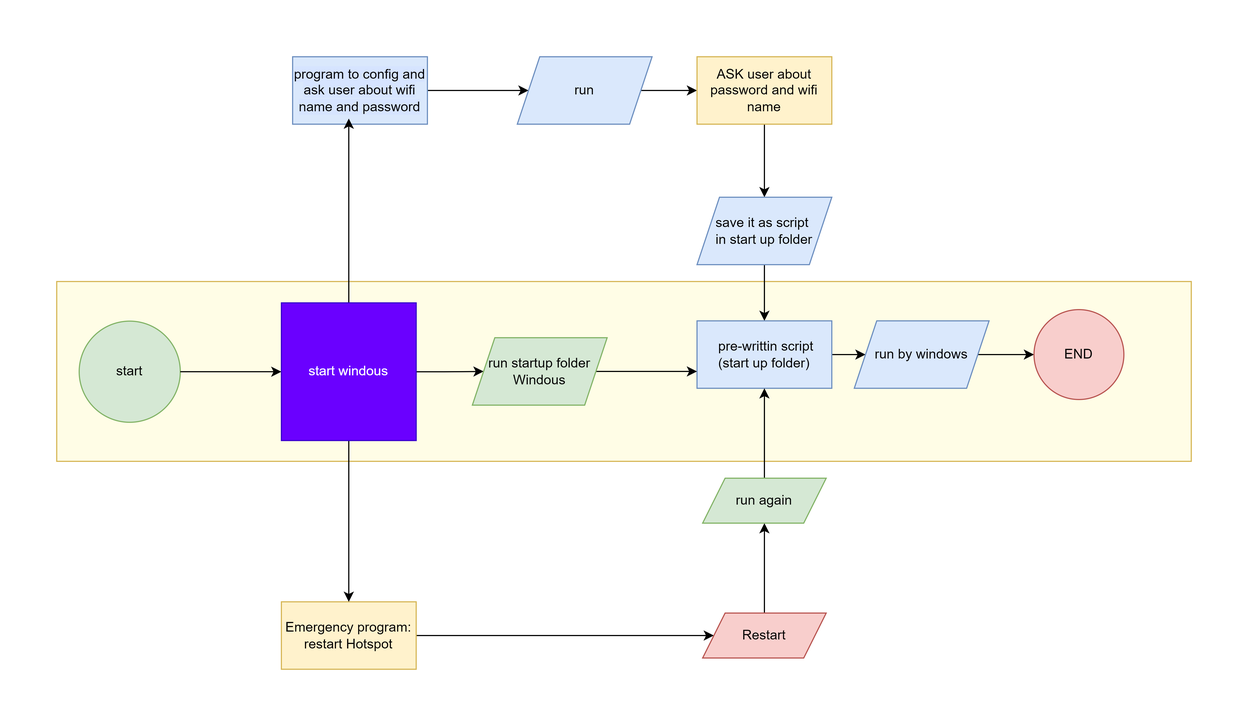
Before: Auto-hotspot/Auto-Hotspot.drawio.png, a diagram exported from draw.io (Unbreakable-ray/Future_project). Source tidied: cells renumbered, new cells last; positions are measured from the earlier drawing's top-left corner, leaving out a move shared by most shapes. Source of this version:
```xml
<mxGraphModel>
  <root>
    <mxCell id="0" />
    <mxCell id="1" parent="0" />
    <mxCell id="2" style="rounded=0;whiteSpace=wrap;html=1;strokeColor=#d6b656;fillColor=#FFFDE6;" parent="1" vertex="1">
      <mxGeometry y="200" width="1010" height="160" as="geometry" />
    </mxCell>
    <mxCell id="3" style="edgeStyle=orthogonalEdgeStyle;rounded=0;jettySize=auto;html=1;" parent="1" edge="1" source="10" target="5">
      <mxGeometry relative="1" as="geometry" />
    </mxCell>
    <mxCell id="4" style="edgeStyle=orthogonalEdgeStyle;rounded=0;jettySize=auto;html=1;" parent="1" edge="1" source="5" target="7">
      <mxGeometry relative="1" as="geometry" />
    </mxCell>
    <mxCell id="5" value="run" style="shape=parallelogram;perimeter=parallelogramPerimeter;whiteSpace=wrap;html=1;fixedSize=1;fillColor=#dae8fc;strokeColor=#6c8ebf;" parent="1" vertex="1">
      <mxGeometry x="410" width="120" height="60" as="geometry" />
    </mxCell>
    <mxCell id="6" style="edgeStyle=orthogonalEdgeStyle;rounded=0;jettySize=auto;html=1;" parent="1" edge="1" source="7" target="9">
      <mxGeometry relative="1" as="geometry" />
    </mxCell>
    <mxCell id="7" value="ASK user about password and wifi name" style="rounded=0;whiteSpace=wrap;html=1;fillColor=#fff2cc;strokeColor=#d6b656;" parent="1" vertex="1">
      <mxGeometry x="570" width="120" height="60" as="geometry" />
    </mxCell>
    <mxCell id="8" style="edgeStyle=orthogonalEdgeStyle;rounded=0;jettySize=auto;html=1;" parent="1" edge="1" source="9" target="12">
      <mxGeometry relative="1" as="geometry" />
    </mxCell>
    <mxCell id="9" value="save it as script&amp;nbsp;&lt;br&gt;in start up folder" style="shape=parallelogram;perimeter=parallelogramPerimeter;whiteSpace=wrap;html=1;fixedSize=1;fillColor=#dae8fc;strokeColor=#6c8ebf;" parent="1" vertex="1">
      <mxGeometry x="570" y="125" width="120" height="60" as="geometry" />
    </mxCell>
    <mxCell id="10" value="&lt;span style=&quot;color: rgb(0, 0, 0); font-family: Helvetica; font-size: 12px; font-style: normal; font-variant-ligatures: normal; font-variant-caps: normal; font-weight: 400; letter-spacing: normal; orphans: 2; text-indent: 0px; text-transform: none; widows: 2; word-spacing: 0px; -webkit-text-stroke-width: 0px; text-decoration-thickness: initial; text-decoration-style: initial; text-decoration-color: initial; float: none; background-color: rgb(214, 228, 255); display: inline !important;&quot;&gt;program to config and ask user about wifi name and password&lt;/span&gt;" style="rounded=0;whiteSpace=wrap;html=1;fillColor=#dae8fc;strokeColor=#6c8ebf;align=center;" parent="1" vertex="1">
      <mxGeometry x="210" width="120" height="60" as="geometry" />
    </mxCell>
    <mxCell id="11" style="edgeStyle=orthogonalEdgeStyle;rounded=0;jettySize=auto;html=1;" parent="1" edge="1" source="12" target="15">
      <mxGeometry relative="1" as="geometry" />
    </mxCell>
    <mxCell id="12" value="&amp;nbsp;pre-writtin script&lt;br&gt;(start up folder)" style="whiteSpace=wrap;html=1;fillColor=#dae8fc;strokeColor=#6c8ebf;" parent="1" vertex="1">
      <mxGeometry x="570" y="235" width="120" height="60" as="geometry" />
    </mxCell>
    <mxCell id="13" value="start" style="ellipse;whiteSpace=wrap;html=1;fillColor=#d5e8d4;strokeColor=#82b366;" parent="1" vertex="1">
      <mxGeometry x="20" y="235.2" width="90" height="90" as="geometry" />
    </mxCell>
    <mxCell id="14" style="edgeStyle=orthogonalEdgeStyle;rounded=0;jettySize=auto;html=1;" parent="1" edge="1" source="15" target="16">
      <mxGeometry relative="1" as="geometry" />
    </mxCell>
    <mxCell id="15" value="run by windows" style="shape=parallelogram;perimeter=parallelogramPerimeter;whiteSpace=wrap;html=1;fixedSize=1;fillColor=#dae8fc;strokeColor=#6c8ebf;" parent="1" vertex="1">
      <mxGeometry x="710" y="235" width="120" height="60" as="geometry" />
    </mxCell>
    <mxCell id="16" value="END" style="ellipse;whiteSpace=wrap;html=1;fillColor=#f8cecc;strokeColor=#b85450;" parent="1" vertex="1">
      <mxGeometry x="870" y="225" width="80" height="80" as="geometry" />
    </mxCell>
    <mxCell id="17" style="edgeStyle=orthogonalEdgeStyle;rounded=0;jettySize=auto;html=1;" parent="1" edge="1" source="18" target="25">
      <mxGeometry relative="1" as="geometry" />
    </mxCell>
    <mxCell id="18" value="Emergency program:&lt;br&gt;restart Hotspot" style="whiteSpace=wrap;html=1;fillColor=#fff2cc;strokeColor=#d6b656;" parent="1" vertex="1">
      <mxGeometry x="200" y="485" width="120" height="60" as="geometry" />
    </mxCell>
    <mxCell id="19" style="edgeStyle=orthogonalEdgeStyle;rounded=0;jettySize=auto;html=1;entryX=0;entryY=0.5;entryDx=0;entryDy=0;" parent="1" edge="1" source="13" target="23">
      <mxGeometry relative="1" as="geometry" />
    </mxCell>
    <mxCell id="20" style="edgeStyle=orthogonalEdgeStyle;rounded=0;jettySize=auto;html=1;" parent="1" edge="1" source="23" target="18">
      <mxGeometry relative="1" as="geometry" />
    </mxCell>
    <mxCell id="21" style="edgeStyle=orthogonalEdgeStyle;rounded=0;jettySize=auto;html=1;" parent="1" edge="1" source="23">
      <mxGeometry relative="1" as="geometry">
        <mxPoint x="260" y="55" as="targetPoint" />
      </mxGeometry>
    </mxCell>
    <mxCell id="22" style="edgeStyle=orthogonalEdgeStyle;rounded=0;jettySize=auto;html=1;" parent="1" edge="1" source="23" target="29">
      <mxGeometry relative="1" as="geometry" />
    </mxCell>
    <mxCell id="23" value="start windous" style="rounded=0;whiteSpace=wrap;html=1;fillColor=#6a00ff;fontColor=#ffffff;strokeColor=#3700CC;" parent="1" vertex="1">
      <mxGeometry x="200" y="219" width="120" height="122.5" as="geometry" />
    </mxCell>
    <mxCell id="24" style="edgeStyle=orthogonalEdgeStyle;rounded=0;jettySize=auto;html=1;" parent="1" edge="1" source="25" target="27">
      <mxGeometry relative="1" as="geometry" />
    </mxCell>
    <mxCell id="25" value="Restart" style="shape=parallelogram;perimeter=parallelogramPerimeter;whiteSpace=wrap;html=1;fixedSize=1;fillColor=#f8cecc;strokeColor=#b85450;" parent="1" vertex="1">
      <mxGeometry x="575" y="495" width="110" height="40" as="geometry" />
    </mxCell>
    <mxCell id="26" style="edgeStyle=orthogonalEdgeStyle;rounded=0;jettySize=auto;html=1;" parent="1" edge="1" source="27" target="12">
      <mxGeometry relative="1" as="geometry" />
    </mxCell>
    <mxCell id="27" value="run again" style="shape=parallelogram;perimeter=parallelogramPerimeter;whiteSpace=wrap;html=1;fixedSize=1;fillColor=#d5e8d4;strokeColor=#82b366;" parent="1" vertex="1">
      <mxGeometry x="575" y="375" width="110" height="40" as="geometry" />
    </mxCell>
    <mxCell id="28" style="edgeStyle=orthogonalEdgeStyle;rounded=0;jettySize=auto;html=1;entryX=0;entryY=0.75;entryDx=0;entryDy=0;" parent="1" edge="1" source="29" target="12">
      <mxGeometry relative="1" as="geometry" />
    </mxCell>
    <mxCell id="29" value="run startup folder Windous" style="shape=parallelogram;perimeter=parallelogramPerimeter;whiteSpace=wrap;html=1;fixedSize=1;fillColor=#d5e8d4;strokeColor=#82b366;rounded=0;" parent="1" vertex="1">
      <mxGeometry x="370" y="250" width="120" height="60" as="geometry" />
    </mxCell>
  </root>
</mxGraphModel>
```
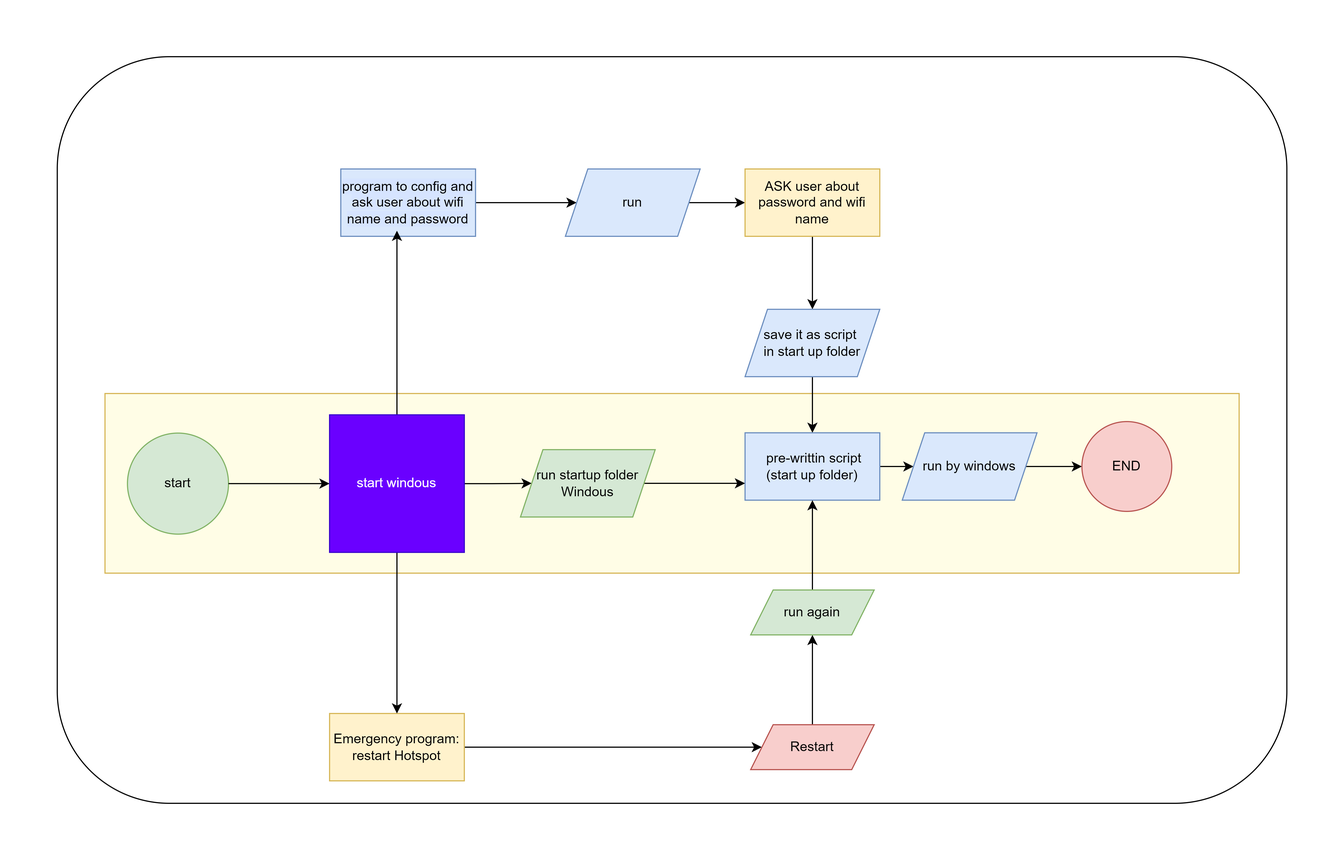
The same file after the commit.

Change to the diagram source:
```diff
@@ -2,6 +2,9 @@
   <root>
     <mxCell id="0" />
     <mxCell id="1" parent="0" />
+    <mxCell id="30" style="rounded=1;whiteSpace=wrap;html=1;" parent="1" vertex="1">
+      <mxGeometry x="-42.5" y="-100" width="1095" height="665" as="geometry" />
+    </mxCell>
     <mxCell id="2" style="rounded=0;whiteSpace=wrap;html=1;strokeColor=#d6b656;fillColor=#FFFDE6;" parent="1" vertex="1">
       <mxGeometry y="200" width="1010" height="160" as="geometry" />
     </mxCell>
```
